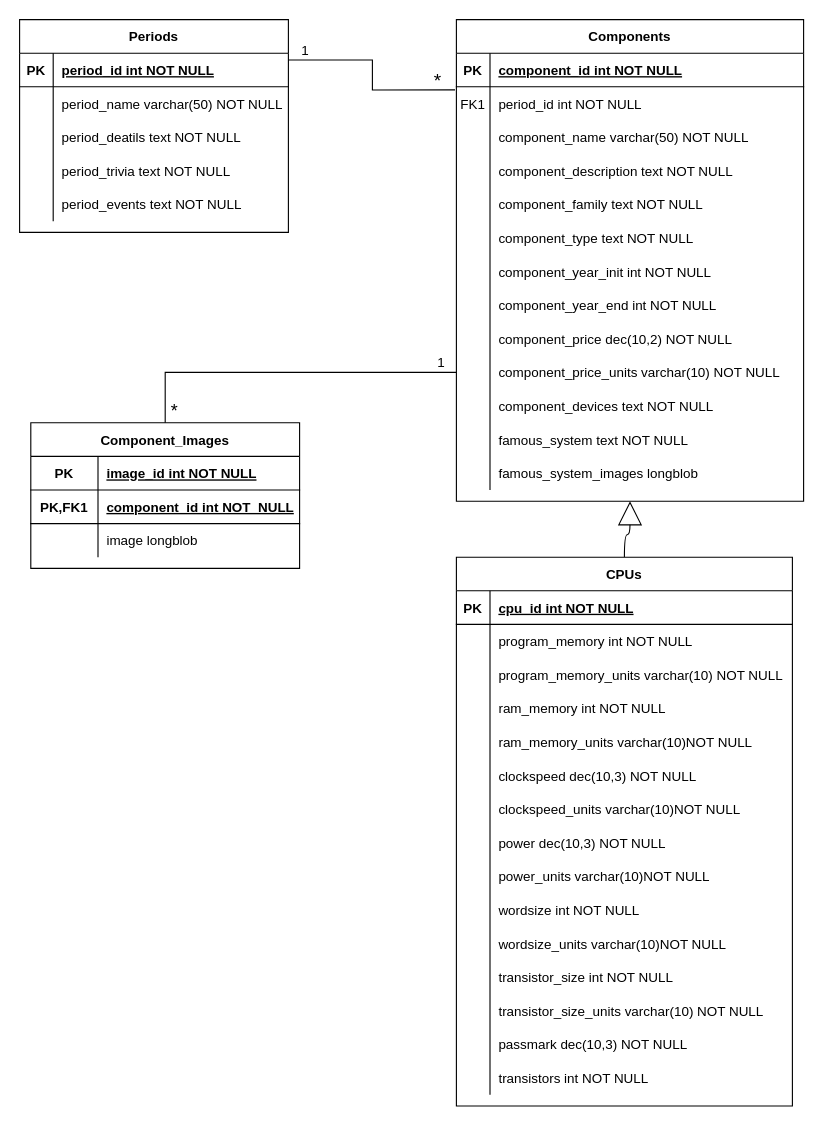
The draw.io diagram documentacion/figures/database_e-r.drawio in isafdezpe/museo-eii, before the edit. Source tidied: cells renumbered, new cells numbered last; positions are measured from the earlier drawing's top-left corner, leaving out a move shared by most shapes. Both pictures are drawn from the tidied source at 112%, with x=0, y=0 at pixel (19, 19).
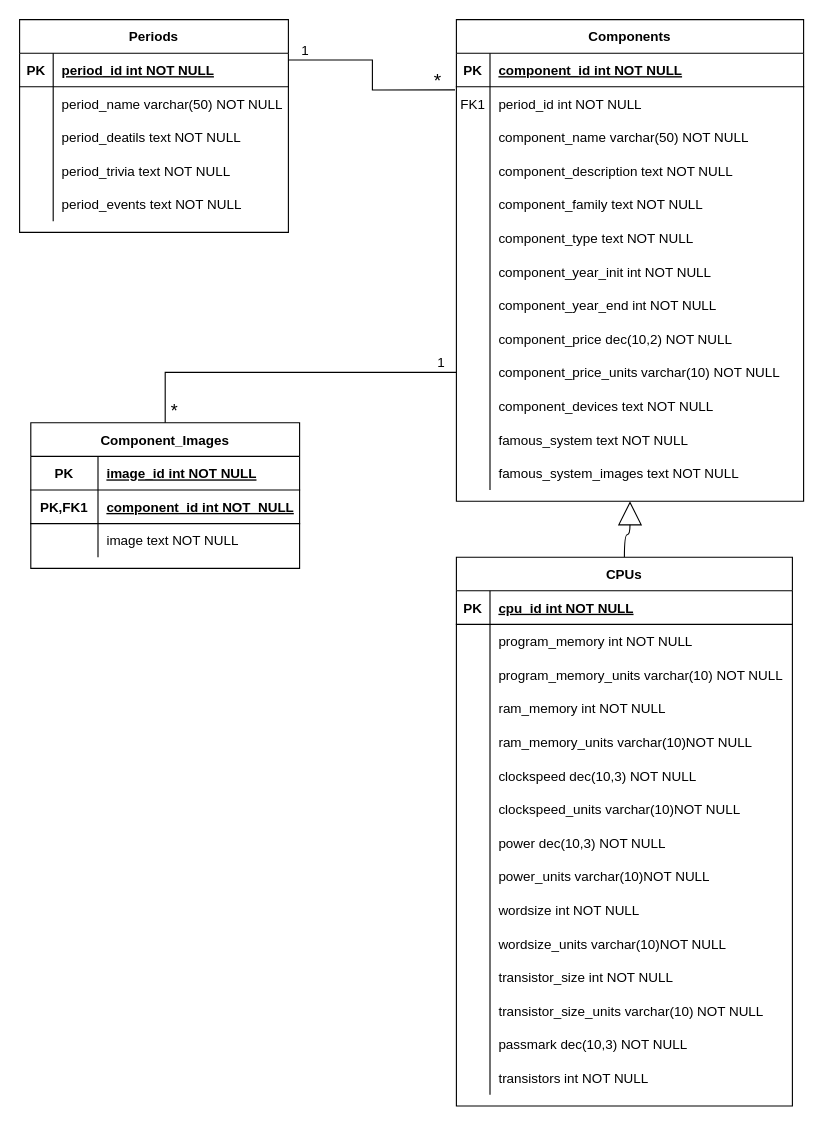
The same page after the edit.

The change refers to these unchanged cells:
```xml
<mxCell id="39" style="shape=partialRectangle;fillColor=none;top=0;left=0;right=0;bottom=0;" parent="2" vertex="1">
  <mxGeometry y="390" width="310" height="30" as="geometry" />
</mxCell>
<mxCell id="115" style="shape=partialRectangle;fillColor=none;top=0;left=0;bottom=0;right=0;" parent="108" vertex="1">
  <mxGeometry y="90" width="240" height="30" as="geometry" />
</mxCell>
```

The edit, as a diff of the source:
```diff
@@
-    <mxCell id="41" value="famous_system_images longblob " style="shape=partialRectangle;overflow=hidden;fillColor=none;top=0;left=0;bottom=0;right=0;align=left;spacingLeft=6;" parent="39" vertex="1">
+    <mxCell id="41" value="famous_system_images text NOT NULL" style="shape=partialRectangle;overflow=hidden;fillColor=none;top=0;left=0;bottom=0;right=0;align=left;spacingLeft=6;" parent="39" vertex="1">
       <mxGeometry x="30" width="280" height="30" as="geometry" />
     </mxCell>
@@
-    <mxCell id="117" value="image longblob " style="shape=partialRectangle;fillColor=none;top=0;left=0;bottom=0;right=0;align=left;spacingLeft=6;overflow=hidden;" parent="115" vertex="1">
+    <mxCell id="117" value="image text NOT NULL" style="shape=partialRectangle;fillColor=none;top=0;left=0;bottom=0;right=0;align=left;spacingLeft=6;overflow=hidden;" parent="115" vertex="1">
       <mxGeometry x="60" width="180" height="30" as="geometry" />
     </mxCell>
```
